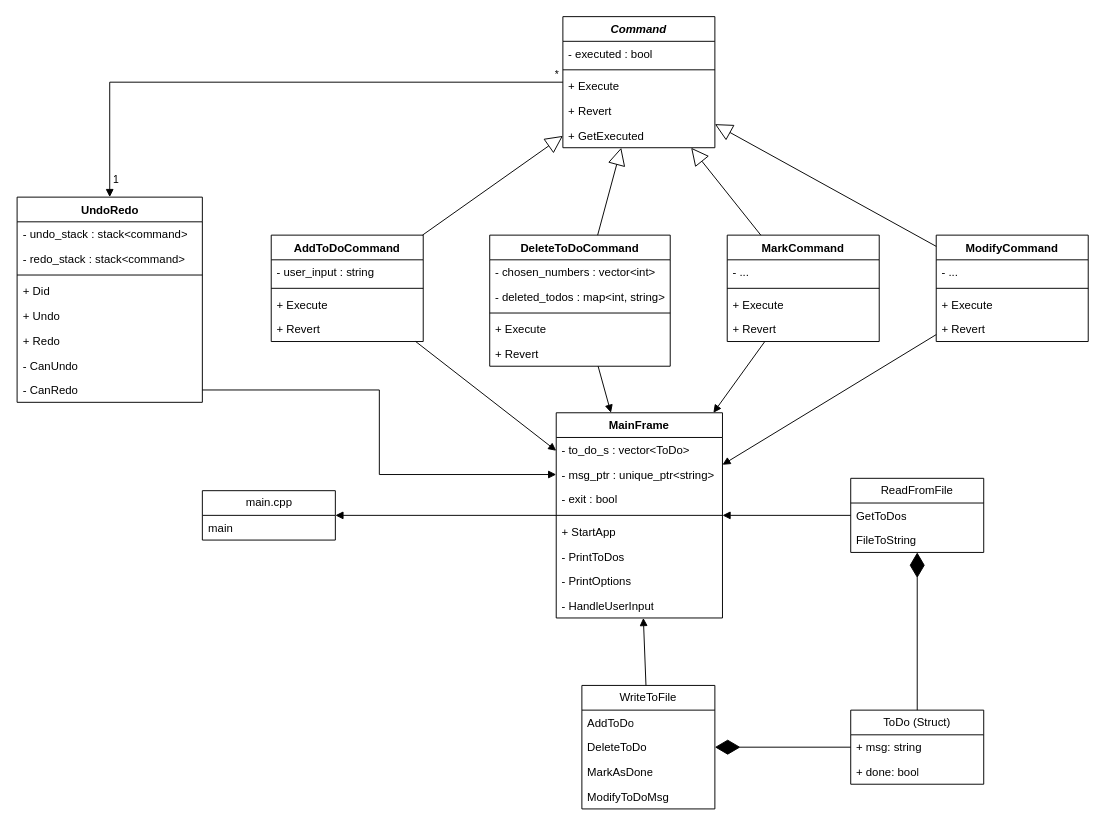
Earlier version of the draw.io diagram page "Class Diagram" (3 of 3) of uml_diagrams/ToDoListConsoleApplication.drawio (EvatsugDnalloR/ToDoListConsoleApplication). Source tidied: cells renumbered, new cells numbered last; positions are measured from the earlier drawing's top-left corner, leaving out a move shared by most shapes. Both pictures are drawn from the tidied source at 95%, with x=0, y=0 at pixel (16, 16).
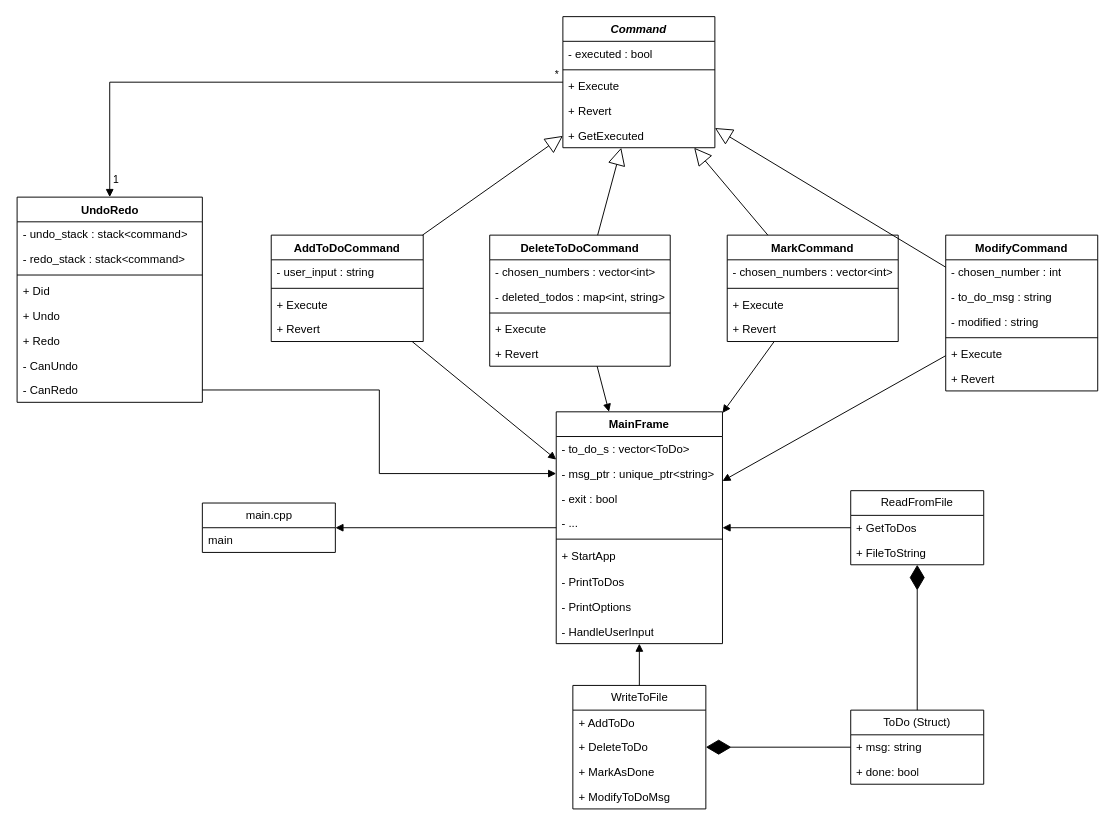
The same diagram, later.

Commit message (it also covers changes not shown here):
updated class diagram

The edit, as a diff of the source:
```diff
@@
     <mxCell id="2" value="main.cpp" style="swimlane;fontStyle=0;horizontal=1;startSize=26;fillColor=none;whiteSpace=wrap;html=1;" parent="1" vertex="1">
-      <mxGeometry x="195.5" y="499" width="140" height="52" as="geometry" />
+      <mxGeometry x="195.5" y="512" width="140" height="52" as="geometry" />
     </mxCell>
@@
     <mxCell id="7" value="WriteToFile" style="swimlane;fontStyle=0;horizontal=1;startSize=26;fillColor=none;whiteSpace=wrap;html=1;" parent="1" vertex="1">
-      <mxGeometry x="595" y="704" width="140" height="130" as="geometry" />
+      <mxGeometry x="585.5" y="704" width="140" height="130" as="geometry" />
     </mxCell>
-    <mxCell id="8" value="AddToDo" style="text;strokeColor=none;fillColor=none;align=left;verticalAlign=top;spacingLeft=4;spacingRight=4;overflow=hidden;whiteSpace=wrap;html=1;" parent="7" vertex="1">
+    <mxCell id="8" value="+ AddToDo&lt;div&gt;&lt;br&gt;&lt;/div&gt;" style="text;strokeColor=none;fillColor=none;align=left;verticalAlign=top;spacingLeft=4;spacingRight=4;overflow=hidden;whiteSpace=wrap;html=1;" parent="7" vertex="1">
       <mxGeometry y="26" width="140" height="26" as="geometry" />
     </mxCell>
-    <mxCell id="9" value="DeleteToDo" style="text;strokeColor=none;fillColor=none;align=left;verticalAlign=top;spacingLeft=4;spacingRight=4;overflow=hidden;whiteSpace=wrap;html=1;" parent="7" vertex="1">
+    <mxCell id="9" value="+ DeleteToDo" style="text;strokeColor=none;fillColor=none;align=left;verticalAlign=top;spacingLeft=4;spacingRight=4;overflow=hidden;whiteSpace=wrap;html=1;" parent="7" vertex="1">
       <mxGeometry y="52" width="140" height="26" as="geometry" />
     </mxCell>
-    <mxCell id="10" value="MarkAsDone" style="text;strokeColor=none;fillColor=none;align=left;verticalAlign=top;spacingLeft=4;spacingRight=4;overflow=hidden;whiteSpace=wrap;html=1;" parent="7" vertex="1">
+    <mxCell id="10" value="+ MarkAsDone" style="text;strokeColor=none;fillColor=none;align=left;verticalAlign=top;spacingLeft=4;spacingRight=4;overflow=hidden;whiteSpace=wrap;html=1;" parent="7" vertex="1">
       <mxGeometry y="78" width="140" height="26" as="geometry" />
     </mxCell>
-    <mxCell id="11" value="ModifyToDoMsg" style="text;strokeColor=none;fillColor=none;align=left;verticalAlign=top;spacingLeft=4;spacingRight=4;overflow=hidden;whiteSpace=wrap;html=1;" parent="7" vertex="1">
+    <mxCell id="11" value="+ ModifyToDoMsg" style="text;strokeColor=none;fillColor=none;align=left;verticalAlign=top;spacingLeft=4;spacingRight=4;overflow=hidden;whiteSpace=wrap;html=1;" parent="7" vertex="1">
       <mxGeometry y="104" width="140" height="26" as="geometry" />
     </mxCell>
     <mxCell id="12" value="ReadFromFile" style="swimlane;fontStyle=0;horizontal=1;startSize=26;fillColor=none;whiteSpace=wrap;html=1;" parent="1" vertex="1">
-      <mxGeometry x="878" y="486" width="140" height="78" as="geometry" />
+      <mxGeometry x="878" y="499" width="140" height="78" as="geometry" />
     </mxCell>
-    <mxCell id="13" value="GetToDos" style="text;strokeColor=none;fillColor=none;align=left;verticalAlign=top;spacingLeft=4;spacingRight=4;overflow=hidden;whiteSpace=wrap;html=1;" parent="12" vertex="1">
+    <mxCell id="13" value="+ GetToDos" style="text;strokeColor=none;fillColor=none;align=left;verticalAlign=top;spacingLeft=4;spacingRight=4;overflow=hidden;whiteSpace=wrap;html=1;" parent="12" vertex="1">
       <mxGeometry y="26" width="140" height="26" as="geometry" />
     </mxCell>
-    <mxCell id="14" value="FileToString" style="text;strokeColor=none;fillColor=none;align=left;verticalAlign=top;spacingLeft=4;spacingRight=4;overflow=hidden;whiteSpace=wrap;html=1;" parent="12" vertex="1">
+    <mxCell id="14" value="+ FileToString" style="text;strokeColor=none;fillColor=none;align=left;verticalAlign=top;spacingLeft=4;spacingRight=4;overflow=hidden;whiteSpace=wrap;html=1;" parent="12" vertex="1">
       <mxGeometry y="52" width="140" height="26" as="geometry" />
     </mxCell>
@@
     <mxCell id="26" value="MainFrame" style="swimlane;fontStyle=1;align=center;verticalAlign=top;horizontal=1;startSize=26;whiteSpace=wrap;html=1;" parent="1" vertex="1">
-      <mxGeometry x="568" y="417" width="175" height="216" as="geometry" />
+      <mxGeometry x="568" y="416" width="175" height="244" as="geometry" />
     </mxCell>
@@
+    <mxCell id="77" value="- ..." style="text;strokeColor=none;fillColor=none;align=left;verticalAlign=top;spacingLeft=4;spacingRight=4;overflow=hidden;whiteSpace=wrap;html=1;" parent="26" vertex="1">
+      <mxGeometry y="104" width="175" height="26" as="geometry" />
+    </mxCell>
     <mxCell id="30" style="line;strokeWidth=1;fillColor=none;align=left;verticalAlign=middle;spacingTop=-1;spacingLeft=3;spacingRight=3;labelPosition=right;strokeColor=inherit;" parent="26" vertex="1">
-      <mxGeometry y="104" width="175" height="8" as="geometry" />
+      <mxGeometry y="130" width="175" height="8" as="geometry" />
     </mxCell>
     <mxCell id="31" value="+ StartApp" style="text;strokeColor=none;fillColor=none;align=left;verticalAlign=top;spacingLeft=4;spacingRight=4;overflow=hidden;whiteSpace=wrap;html=1;" parent="26" vertex="1">
-      <mxGeometry y="112" width="175" height="26" as="geometry" />
+      <mxGeometry y="138" width="175" height="28" as="geometry" />
     </mxCell>
     <mxCell id="32" value="- PrintToDos" style="text;strokeColor=none;fillColor=none;align=left;verticalAlign=top;spacingLeft=4;spacingRight=4;overflow=hidden;whiteSpace=wrap;html=1;" parent="26" vertex="1">
-      <mxGeometry y="138" width="175" height="26" as="geometry" />
+      <mxGeometry y="166" width="175" height="26" as="geometry" />
     </mxCell>
     <mxCell id="33" value="- PrintOptions" style="text;strokeColor=none;fillColor=none;align=left;verticalAlign=top;spacingLeft=4;spacingRight=4;overflow=hidden;whiteSpace=wrap;html=1;" parent="26" vertex="1">
-      <mxGeometry y="164" width="175" height="26" as="geometry" />
+      <mxGeometry y="192" width="175" height="26" as="geometry" />
     </mxCell>
     <mxCell id="34" value="- HandleUserInput" style="text;strokeColor=none;fillColor=none;align=left;verticalAlign=top;spacingLeft=4;spacingRight=4;overflow=hidden;whiteSpace=wrap;html=1;" parent="26" vertex="1">
-      <mxGeometry y="190" width="175" height="26" as="geometry" />
+      <mxGeometry y="218" width="175" height="26" as="geometry" />
     </mxCell>
@@
     <mxCell id="52" value="MarkCommand" style="swimlane;fontStyle=1;align=center;verticalAlign=top;horizontal=1;startSize=26;whiteSpace=wrap;html=1;" parent="1" vertex="1">
-      <mxGeometry x="748" y="230" width="160" height="112" as="geometry" />
+      <mxGeometry x="748" y="230" width="180" height="112" as="geometry" />
     </mxCell>
-    <mxCell id="53" value="- ..." style="text;strokeColor=none;fillColor=none;align=left;verticalAlign=top;spacingLeft=4;spacingRight=4;overflow=hidden;whiteSpace=wrap;html=1;" parent="52" vertex="1">
-      <mxGeometry y="26" width="160" height="26" as="geometry" />
+    <mxCell id="53" value="- chosen_numbers : vector&amp;lt;int&amp;gt;" style="text;strokeColor=none;fillColor=none;align=left;verticalAlign=top;spacingLeft=4;spacingRight=4;overflow=hidden;whiteSpace=wrap;html=1;" parent="52" vertex="1">
+      <mxGeometry y="26" width="180" height="26" as="geometry" />
     </mxCell>
     <mxCell id="54" style="line;strokeWidth=1;fillColor=none;align=left;verticalAlign=middle;spacingTop=-1;spacingLeft=3;spacingRight=3;labelPosition=right;strokeColor=inherit;" parent="52" vertex="1">
-      <mxGeometry y="52" width="160" height="8" as="geometry" />
+      <mxGeometry y="52" width="180" height="8" as="geometry" />
     </mxCell>
     <mxCell id="55" value="+ Execute" style="text;strokeColor=none;fillColor=none;align=left;verticalAlign=top;spacingLeft=4;spacingRight=4;overflow=hidden;whiteSpace=wrap;html=1;" parent="52" vertex="1">
-      <mxGeometry y="60" width="160" height="26" as="geometry" />
+      <mxGeometry y="60" width="180" height="26" as="geometry" />
     </mxCell>
     <mxCell id="56" value="+ Revert" style="text;strokeColor=none;fillColor=none;align=left;verticalAlign=top;spacingLeft=4;spacingRight=4;overflow=hidden;whiteSpace=wrap;html=1;" parent="52" vertex="1">
-      <mxGeometry y="86" width="160" height="26" as="geometry" />
+      <mxGeometry y="86" width="180" height="26" as="geometry" />
     </mxCell>
     <mxCell id="57" value="ModifyCommand" style="swimlane;fontStyle=1;align=center;verticalAlign=top;horizontal=1;startSize=26;whiteSpace=wrap;html=1;" parent="1" vertex="1">
-      <mxGeometry x="968" y="230" width="160" height="112" as="geometry" />
+      <mxGeometry x="978" y="230" width="160" height="164" as="geometry" />
     </mxCell>
-    <mxCell id="58" value="- ..." style="text;strokeColor=none;fillColor=none;align=left;verticalAlign=top;spacingLeft=4;spacingRight=4;overflow=hidden;whiteSpace=wrap;html=1;" parent="57" vertex="1">
+    <mxCell id="58" value="- chosen_number : int" style="text;strokeColor=none;fillColor=none;align=left;verticalAlign=top;spacingLeft=4;spacingRight=4;overflow=hidden;whiteSpace=wrap;html=1;" parent="57" vertex="1">
       <mxGeometry y="26" width="160" height="26" as="geometry" />
     </mxCell>
+    <mxCell id="78" value="- to_do_msg : string" style="text;strokeColor=none;fillColor=none;align=left;verticalAlign=top;spacingLeft=4;spacingRight=4;overflow=hidden;whiteSpace=wrap;html=1;" parent="57" vertex="1">
+      <mxGeometry y="52" width="160" height="26" as="geometry" />
+    </mxCell>
+    <mxCell id="79" value="- modified : string" style="text;strokeColor=none;fillColor=none;align=left;verticalAlign=top;spacingLeft=4;spacingRight=4;overflow=hidden;whiteSpace=wrap;html=1;" parent="57" vertex="1">
+      <mxGeometry y="78" width="160" height="26" as="geometry" />
+    </mxCell>
     <mxCell id="59" style="line;strokeWidth=1;fillColor=none;align=left;verticalAlign=middle;spacingTop=-1;spacingLeft=3;spacingRight=3;labelPosition=right;strokeColor=inherit;" parent="57" vertex="1">
-      <mxGeometry y="52" width="160" height="8" as="geometry" />
+      <mxGeometry y="104" width="160" height="8" as="geometry" />
     </mxCell>
     <mxCell id="60" value="+ Execute" style="text;strokeColor=none;fillColor=none;align=left;verticalAlign=top;spacingLeft=4;spacingRight=4;overflow=hidden;whiteSpace=wrap;html=1;" parent="57" vertex="1">
-      <mxGeometry y="60" width="160" height="26" as="geometry" />
+      <mxGeometry y="112" width="160" height="26" as="geometry" />
     </mxCell>
     <mxCell id="61" value="+ Revert" style="text;strokeColor=none;fillColor=none;align=left;verticalAlign=top;spacingLeft=4;spacingRight=4;overflow=hidden;whiteSpace=wrap;html=1;" parent="57" vertex="1">
-      <mxGeometry y="86" width="160" height="26" as="geometry" />
+      <mxGeometry y="138" width="160" height="26" as="geometry" />
     </mxCell>
```
